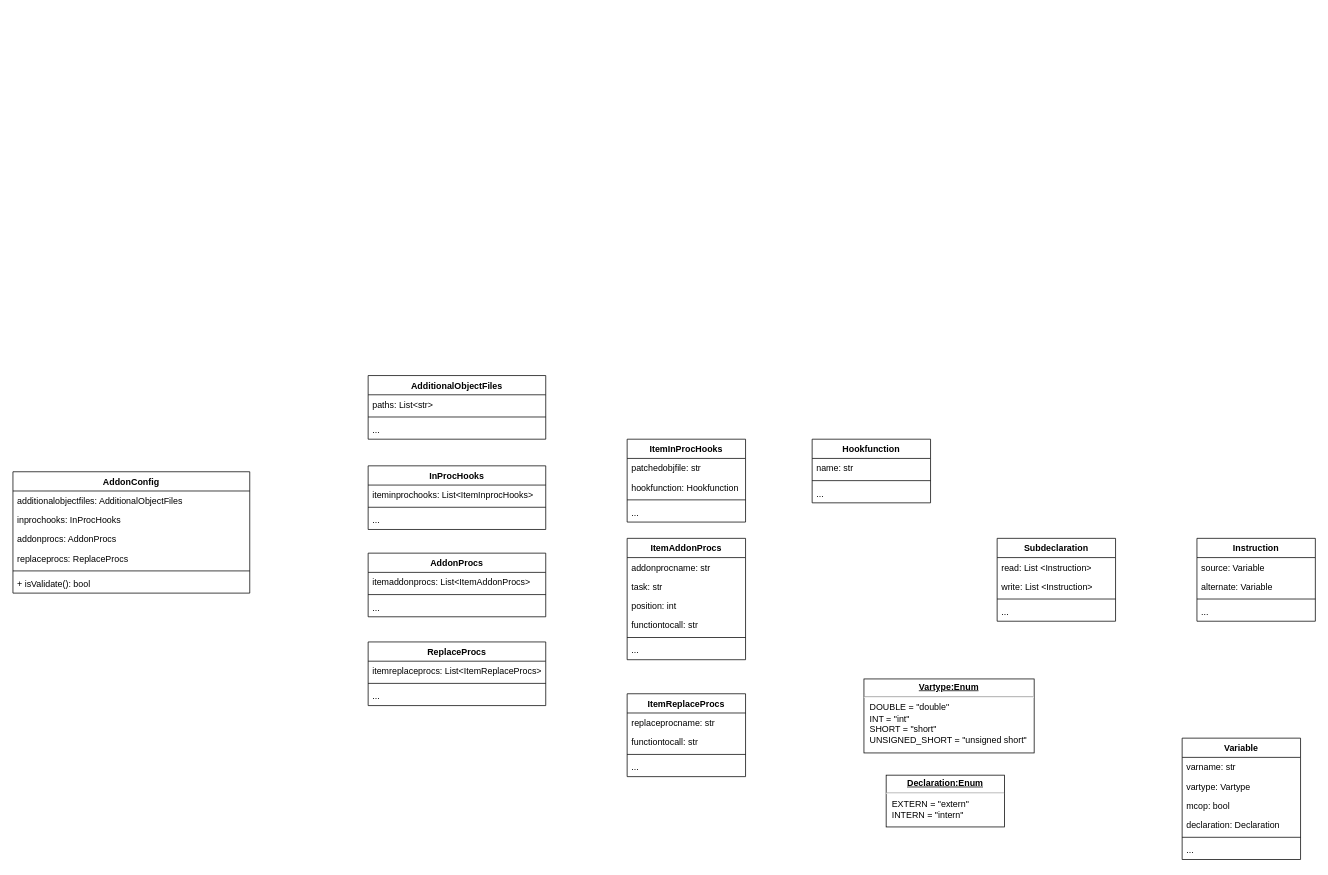
Above: Untitled Diagram.drawio in huytran19/HuyTran119 (draw.io), before the change. Source tidied: cells renumbered, new cells numbered last; positions are measured from the earlier drawing's top-left corner, leaving out a move shared by most shapes. Both pictures are drawn from the tidied source at 74%, with x=0, y=0 at pixel (13, 375).
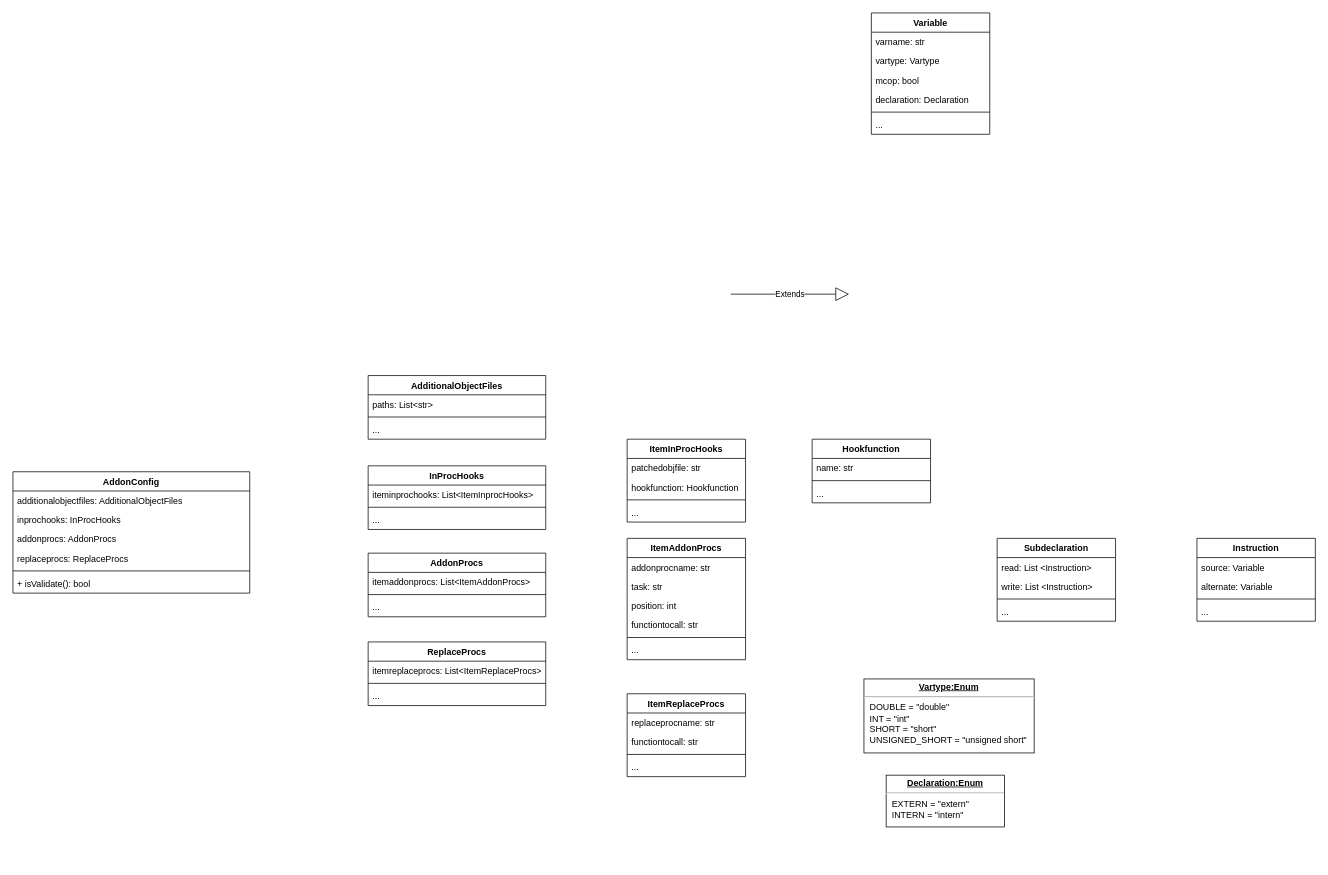
After the change.

Diff of the diagram source:
```diff
@@
     <mxCell id="9" value="Variable" style="swimlane;fontStyle=1;align=center;verticalAlign=top;horizontal=1;startSize=26;" parent="1" vertex="1">
-      <mxGeometry x="1580" y="490" width="160" height="164" as="geometry" />
+      <mxGeometry x="1160" y="-490" width="160" height="164" as="geometry" />
     </mxCell>
@@
+    <mxCell id="65" value="Extends" style="endArrow=block;endSize=16;endFill=0;html=1;" parent="1" edge="1">
+      <mxGeometry relative="1" as="geometry">
+        <mxPoint x="970" y="-110" as="sourcePoint" />
+        <mxPoint x="1130" y="-110" as="targetPoint" />
+      </mxGeometry>
+    </mxCell>
```
